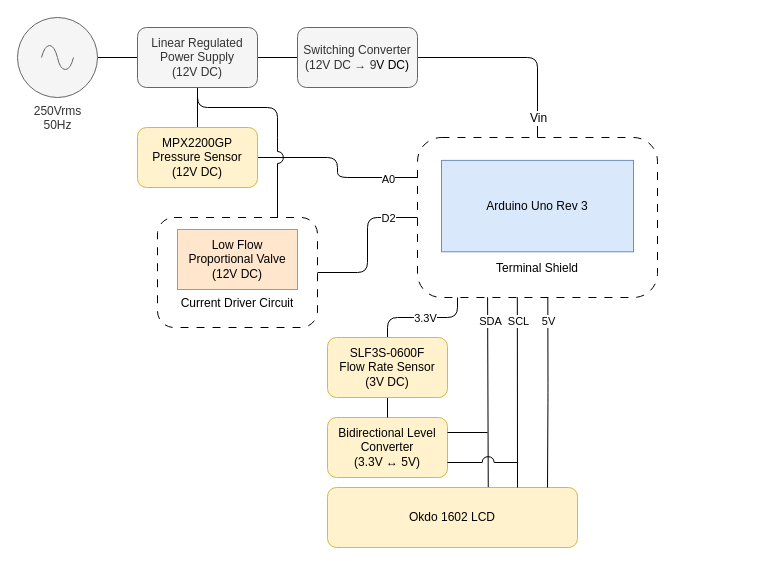
Above: Diagrams/Circuit Layout.drawio in caelangillon/microfluidic-pump (draw.io), before the change. Source tidied: cells renumbered, new cells numbered last; positions are measured from the earlier drawing's top-left corner, leaving out a move shared by most shapes. Both pictures are drawn from the tidied source at 100%, with x=0, y=0 at pixel (17, 17).
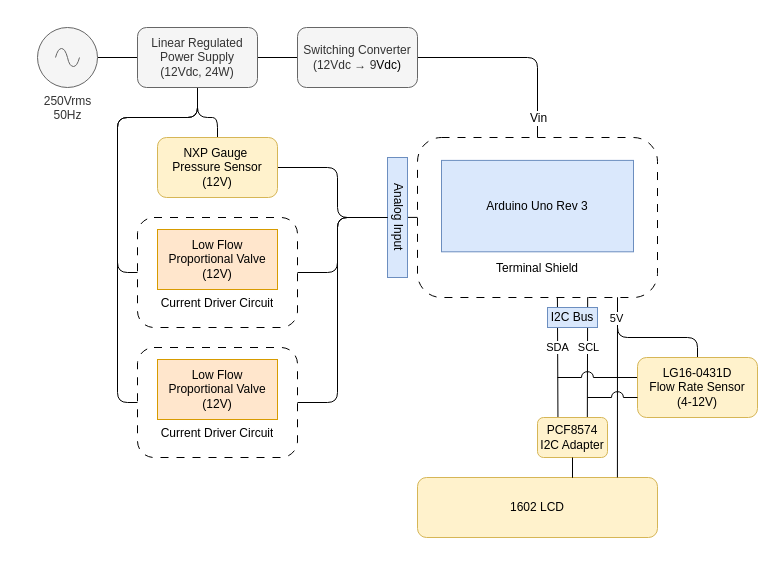
Above is the later version.

Unchanged cells that the change refers to:
```xml
<mxCell id="12" style="group;" parent="1" vertex="1">
  <mxGeometry x="400" y="120" width="240" height="160" as="geometry" />
</mxCell>
<mxCell id="13" style="rounded=1;whiteSpace=wrap;html=1;fillColor=none;dashed=1;dashPattern=8 8;" parent="12" vertex="1">
  <mxGeometry width="240" height="160" as="geometry" />
</mxCell>
```

The edit, as a diff of the source:
```diff
@@
     <mxCell id="3" value="250Vrms&lt;br&gt;50Hz" style="verticalLabelPosition=bottom;shadow=0;dashed=0;align=center;html=1;verticalAlign=top;shape=mxgraph.electrical.signal_sources.source;points=[[0.5,0,0],[1,0.5,0],[0.5,1,0],[0,0.5,0]];elSignalType=ac;rounded=1;fillColor=#f5f5f5;fontColor=#333333;strokeColor=#666666;" parent="1" vertex="1">
-      <mxGeometry width="80" height="80" as="geometry" />
+      <mxGeometry x="20" y="10" width="60" height="60" as="geometry" />
     </mxCell>
@@
-    <mxCell id="5" style="edgeStyle=orthogonalEdgeStyle;rounded=1;jettySize=auto;html=1;endArrow=none;endFill=0;jumpStyle=none;jumpSize=0;flowAnimation=0;shadow=0;curved=0;" parent="1" edge="1" source="7">
-      <mxGeometry relative="1" as="geometry">
-        <mxPoint x="260" y="120" as="targetPoint" />
-        <Array as="points">
-          <mxPoint x="180" y="90" />
-          <mxPoint x="260" y="90" />
-        </Array>
-      </mxGeometry>
-    </mxCell>
+    <mxCell id="39" style="edgeStyle=orthogonalEdgeStyle;rounded=1;jettySize=auto;html=1;entryX=0;entryY=0.5;entryDx=0;entryDy=0;curved=0;endArrow=none;endFill=0;" parent="1" edge="1" source="7" target="24">
+      <mxGeometry relative="1" as="geometry">
+        <Array as="points">
+          <mxPoint x="180" y="100" />
+          <mxPoint x="100" y="100" />
+          <mxPoint x="100" y="385" />
+        </Array>
+      </mxGeometry>
+    </mxCell>
-    <mxCell id="6" style="edgeStyle=orthogonalEdgeStyle;rounded=1;jettySize=auto;html=1;exitX=0.5;exitY=1;exitDx=0;exitDy=0;entryX=0.5;entryY=0;entryDx=0;entryDy=0;endArrow=none;endFill=0;" parent="1" edge="1" source="7" target="21">
-      <mxGeometry relative="1" as="geometry" />
+    <mxCell id="6" style="edgeStyle=orthogonalEdgeStyle;rounded=1;jettySize=auto;html=1;entryX=0.5;entryY=0;entryDx=0;entryDy=0;curved=0;endArrow=none;endFill=0;" parent="1" edge="1" source="7" target="21">
+      <mxGeometry relative="1" as="geometry">
+        <Array as="points">
+          <mxPoint x="180" y="100" />
+          <mxPoint x="200" y="100" />
+        </Array>
+      </mxGeometry>
     </mxCell>
+    <mxCell id="40" style="edgeStyle=orthogonalEdgeStyle;rounded=1;jettySize=auto;html=1;entryX=0;entryY=0.5;entryDx=0;entryDy=0;curved=0;endArrow=none;endFill=0;" parent="1" edge="1" source="7" target="54">
+      <mxGeometry relative="1" as="geometry">
+        <Array as="points">
+          <mxPoint x="180" y="100" />
+          <mxPoint x="100" y="100" />
+          <mxPoint x="100" y="255" />
+        </Array>
+      </mxGeometry>
+    </mxCell>
-    <mxCell id="7" value="Linear Regulated Power Supply&lt;br&gt;(12V DC)" style="rounded=1;whiteSpace=wrap;html=1;fillColor=#f5f5f5;fontColor=#333333;strokeColor=#666666;" parent="1" vertex="1">
+    <mxCell id="7" value="Linear Regulated Power Supply&lt;br&gt;(12Vdc, 24W&lt;span style=&quot;background-color: transparent; color: light-dark(rgb(51, 51, 51), rgb(193, 193, 193));&quot;&gt;)&lt;/span&gt;" style="rounded=1;whiteSpace=wrap;html=1;fillColor=#f5f5f5;fontColor=#333333;strokeColor=#666666;" parent="1" vertex="1">
       <mxGeometry x="120" y="10" width="120" height="60" as="geometry" />
     </mxCell>
@@
-    <mxCell id="10" value="Switching Converter&lt;br&gt;(12V DC&amp;nbsp;→ 9&lt;span style=&quot;background-color: transparent; color: light-dark(rgb(0, 0, 0), rgb(255, 255, 255));&quot;&gt;V DC)&lt;/span&gt;" style="rounded=1;whiteSpace=wrap;html=1;fillColor=#f5f5f5;fontColor=#333333;strokeColor=#666666;" parent="1" vertex="1">
+    <mxCell id="10" value="Switching Converter&lt;br&gt;(12Vdc → 9&lt;span style=&quot;background-color: transparent; color: light-dark(rgb(0, 0, 0), rgb(255, 255, 255));&quot;&gt;Vdc)&lt;/span&gt;" style="rounded=1;whiteSpace=wrap;html=1;fillColor=#f5f5f5;fontColor=#333333;strokeColor=#666666;" parent="1" vertex="1">
       <mxGeometry x="280" y="10" width="120" height="60" as="geometry" />
     </mxCell>
-    <mxCell id="11" value="Bidirectional Level Converter&lt;br&gt;(3.3V&amp;nbsp;↔ 5V)" style="rounded=1;whiteSpace=wrap;html=1;fillColor=#fff2cc;strokeColor=#d6b656;" parent="1" vertex="1">
-      <mxGeometry x="310" y="400" width="120" height="60" as="geometry" />
-    </mxCell>
@@
+    <mxCell id="41" style="edgeStyle=orthogonalEdgeStyle;rounded=0;orthogonalLoop=1;jettySize=auto;html=1;endArrow=none;endFill=0;" parent="12" edge="1">
+      <mxGeometry relative="1" as="geometry">
+        <mxPoint x="-11" y="79.9" as="sourcePoint" />
+        <mxPoint y="80" as="targetPoint" />
+      </mxGeometry>
+    </mxCell>
-    <mxCell id="16" value="Okdo 1602 LCD" style="rounded=1;whiteSpace=wrap;html=1;fillColor=#fff2cc;strokeColor=#d6b656;" parent="1" vertex="1">
-      <mxGeometry x="310" y="470" width="250" height="60" as="geometry" />
+    <mxCell id="16" value="1602 LCD" style="rounded=1;whiteSpace=wrap;html=1;fillColor=#fff2cc;strokeColor=#d6b656;" parent="1" vertex="1">
+      <mxGeometry x="400" y="460" width="240" height="60" as="geometry" />
     </mxCell>
-    <mxCell id="17" style="edgeStyle=orthogonalEdgeStyle;rounded=1;jettySize=auto;html=1;entryX=0.5;entryY=0;entryDx=0;entryDy=0;endArrow=none;endFill=0;" parent="1" edge="1" source="13" target="38">
-      <mxGeometry relative="1" as="geometry">
-        <Array as="points">
-          <mxPoint x="440" y="300" />
-          <mxPoint x="370" y="300" />
-        </Array>
-      </mxGeometry>
-    </mxCell>
-    <mxCell id="18" value="3.3V" style="edgeLabel;html=1;align=center;verticalAlign=middle;rounded=1;" parent="17" vertex="1">
-      <mxGeometry x="-0.3" relative="1" as="geometry">
-        <mxPoint x="-14" as="offset" />
-      </mxGeometry>
-    </mxCell>
-    <mxCell id="19" style="edgeStyle=orthogonalEdgeStyle;rounded=1;jettySize=auto;html=1;entryX=0;entryY=0.25;entryDx=0;entryDy=0;exitX=1;exitY=0.5;exitDx=0;exitDy=0;endArrow=none;endFill=0;" parent="1" edge="1" source="21" target="13">
-      <mxGeometry relative="1" as="geometry" />
-    </mxCell>
-    <mxCell id="20" value="A0" style="edgeLabel;html=1;align=center;verticalAlign=middle;rounded=1;" parent="19" vertex="1">
-      <mxGeometry x="0.62" y="-1" relative="1" as="geometry">
-        <mxPoint x="4" as="offset" />
-      </mxGeometry>
-    </mxCell>
+    <mxCell id="42" style="edgeStyle=orthogonalEdgeStyle;rounded=1;jettySize=auto;html=1;entryX=0;entryY=0.5;entryDx=0;entryDy=0;curved=0;endArrow=none;endFill=0;" parent="1" edge="1" source="21" target="47">
+      <mxGeometry relative="1" as="geometry">
+        <Array as="points">
+          <mxPoint x="320" y="150" />
+          <mxPoint x="320" y="200" />
+        </Array>
+      </mxGeometry>
+    </mxCell>
-    <mxCell id="21" value="MPX2200GP Pressure Sensor&lt;br&gt;(12V DC)" style="rounded=1;whiteSpace=wrap;html=1;fillColor=#fff2cc;strokeColor=#d6b656;" parent="1" vertex="1">
-      <mxGeometry x="120" y="110" width="120" height="60" as="geometry" />
+    <mxCell id="21" value="NXP Gauge&amp;nbsp;&lt;div&gt;Pressure Sensor&lt;br&gt;(12V)&lt;/div&gt;" style="rounded=1;whiteSpace=wrap;html=1;fillColor=#fff2cc;strokeColor=#d6b656;" parent="1" vertex="1">
+      <mxGeometry x="140" y="120" width="120" height="60" as="geometry" />
     </mxCell>
-    <mxCell id="22" style="group;" parent="1" vertex="1">
-      <mxGeometry x="140" y="200" width="160" height="110" as="geometry" />
-    </mxCell>
-    <mxCell id="23" value="Low Flow Proportional Valve&lt;br&gt;(12V DC)" style="rounded=0;whiteSpace=wrap;html=1;fillColor=#ffe6cc;strokeColor=#d79b00;" parent="22" vertex="1">
-      <mxGeometry x="20" y="12" width="120" height="60" as="geometry" />
-    </mxCell>
-    <mxCell id="24" style="rounded=1;whiteSpace=wrap;html=1;fillColor=none;dashed=1;dashPattern=8 8;" parent="22" vertex="1">
-      <mxGeometry width="160" height="110" as="geometry" />
-    </mxCell>
-    <mxCell id="25" value="Current Driver Circuit" style="text;strokeColor=none;fillColor=none;align=center;verticalAlign=middle;spacingLeft=4;spacingRight=4;overflow=hidden;whiteSpace=wrap;html=1;rounded=1;" parent="22" vertex="1">
-      <mxGeometry y="72" width="160" height="28" as="geometry" />
-    </mxCell>
-    <mxCell id="26" style="edgeStyle=orthogonalEdgeStyle;rounded=1;jettySize=auto;html=1;endArrow=none;endFill=0;" parent="1" edge="1" source="24" target="13">
-      <mxGeometry relative="1" as="geometry" />
-    </mxCell>
-    <mxCell id="27" value="D2" style="edgeLabel;html=1;align=center;verticalAlign=middle;rounded=1;" parent="26" vertex="1">
-      <mxGeometry x="0.23" y="-1" relative="1" as="geometry">
-        <mxPoint x="19" y="-10" as="offset" />
-      </mxGeometry>
-    </mxCell>
-    <mxCell id="28" style="edgeStyle=orthogonalEdgeStyle;rounded=1;jettySize=auto;html=1;entryX=0.543;entryY=1;entryDx=0;entryDy=0;endArrow=none;endFill=0;entryPerimeter=0;" parent="1" edge="1" target="13">
-      <mxGeometry relative="1" as="geometry">
-        <mxPoint x="530" y="470" as="sourcePoint" />
-      </mxGeometry>
-    </mxCell>
-    <mxCell id="29" value="5V" style="edgeLabel;html=1;align=center;verticalAlign=middle;rounded=1;" parent="28" vertex="1">
-      <mxGeometry x="0.76" y="1" relative="1" as="geometry">
-        <mxPoint x="1" as="offset" />
-      </mxGeometry>
-    </mxCell>
-    <mxCell id="30" style="endArrow=none;html=1;rounded=1;entryX=0.292;entryY=0.998;entryDx=0;entryDy=0;entryPerimeter=0;exitX=0.643;exitY=-0.006;exitDx=0;exitDy=0;exitPerimeter=0;" parent="1" edge="1" source="16" target="13">
+    <mxCell id="30" style="endArrow=none;html=1;rounded=1;entryX=0.583;entryY=0.998;entryDx=0;entryDy=0;entryPerimeter=0;exitX=0.292;exitY=-0.003;exitDx=0;exitDy=0;exitPerimeter=0;" parent="1" edge="1" source="50" target="13">
       <mxGeometry relative="1" as="geometry" />
     </mxCell>
     <mxCell id="31" value="SDA" style="edgeLabel;html=1;align=center;verticalAlign=middle;rounded=1;" parent="30" vertex="1">
       <mxGeometry x="0.71" y="-2" relative="1" as="geometry">
-        <mxPoint y="-4" as="offset" />
+        <mxPoint x="-2" y="33" as="offset" />
       </mxGeometry>
     </mxCell>
-    <mxCell id="32" style="endArrow=none;html=1;rounded=1;entryX=0.416;entryY=0.998;entryDx=0;entryDy=0;entryPerimeter=0;exitX=0.76;exitY=0;exitDx=0;exitDy=0;exitPerimeter=0;" parent="1" edge="1" source="16" target="13">
+    <mxCell id="32" style="endArrow=none;html=1;rounded=1;entryX=0.709;entryY=0.998;entryDx=0;entryDy=0;entryPerimeter=0;exitX=0.712;exitY=-0.009;exitDx=0;exitDy=0;exitPerimeter=0;" parent="1" edge="1" source="50" target="13">
       <mxGeometry relative="1" as="geometry" />
     </mxCell>
     <mxCell id="33" value="SCL" style="edgeLabel;html=1;align=center;verticalAlign=middle;rounded=1;" parent="32" vertex="1">
       <mxGeometry x="0.5" y="-1" relative="1" as="geometry">
-        <mxPoint y="-23" as="offset" />
+        <mxPoint x="-1" y="20" as="offset" />
       </mxGeometry>
     </mxCell>
-    <mxCell id="34" style="endArrow=none;html=1;rounded=1;exitX=1;exitY=0.25;exitDx=0;exitDy=0;" parent="1" edge="1" source="11">
-      <mxGeometry relative="1" as="geometry">
-        <mxPoint x="470" y="415" as="targetPoint" />
-      </mxGeometry>
-    </mxCell>
-    <mxCell id="35" style="endArrow=none;html=1;rounded=0;exitX=1;exitY=0.75;exitDx=0;exitDy=0;jumpStyle=arc;flowAnimation=0;jumpSize=12;" parent="1" edge="1" source="11">
-      <mxGeometry relative="1" as="geometry">
-        <mxPoint x="500" y="445" as="targetPoint" />
-      </mxGeometry>
-    </mxCell>
-    <mxCell id="36" style="endArrow=none;html=1;rounded=1;exitX=0.75;exitY=0;exitDx=0;exitDy=0;jumpStyle=arc;jumpSize=12;" parent="1" edge="1" source="24">
-      <mxGeometry relative="1" as="geometry">
-        <mxPoint x="260" y="120" as="targetPoint" />
-      </mxGeometry>
-    </mxCell>
-    <mxCell id="37" style="edgeStyle=orthogonalEdgeStyle;rounded=1;jettySize=auto;html=1;entryX=0.5;entryY=0;entryDx=0;entryDy=0;endArrow=none;endFill=0;" parent="1" edge="1" source="38" target="11">
-      <mxGeometry relative="1" as="geometry" />
-    </mxCell>
+    <mxCell id="43" style="edgeStyle=orthogonalEdgeStyle;rounded=1;jettySize=auto;html=1;endArrow=none;endFill=0;curved=0;jumpStyle=arc;jumpSize=12;" parent="1" edge="1" source="38">
+      <mxGeometry relative="1" as="geometry">
+        <mxPoint x="600" y="280" as="targetPoint" />
+        <Array as="points">
+          <mxPoint x="680" y="320" />
+          <mxPoint x="600" y="320" />
+        </Array>
+      </mxGeometry>
+    </mxCell>
+    <mxCell id="44" style="edgeStyle=orthogonalEdgeStyle;rounded=1;jettySize=auto;html=1;exitX=0.004;exitY=0.333;exitDx=0;exitDy=0;exitPerimeter=0;curved=0;endArrow=none;endFill=0;jumpStyle=arc;jumpSize=12;" parent="1" edge="1" source="38">
+      <mxGeometry relative="1" as="geometry">
+        <mxPoint x="540" y="360" as="targetPoint" />
+        <Array as="points">
+          <mxPoint x="540" y="360" />
+        </Array>
+      </mxGeometry>
+    </mxCell>
-    <mxCell id="38" value="SLF3S-0600F&lt;br&gt;Flow Rate Sensor&lt;br&gt;(3V DC)" style="rounded=1;whiteSpace=wrap;html=1;fillColor=#fff2cc;strokeColor=#d6b656;" parent="1" vertex="1">
-      <mxGeometry x="310" y="320" width="120" height="60" as="geometry" />
+    <mxCell id="38" value="&lt;div&gt;LG16-0431D&lt;/div&gt;Flow Rate Sensor&lt;br&gt;(4-12V)" style="rounded=1;whiteSpace=wrap;html=1;fillColor=#fff2cc;strokeColor=#d6b656;" parent="1" vertex="1">
+      <mxGeometry x="620" y="340" width="120" height="60" as="geometry" />
     </mxCell>
+    <mxCell id="45" value="I2C Bus" style="rounded=0;whiteSpace=wrap;html=1;fillColor=#dae8fc;strokeColor=#6c8ebf;" parent="1" vertex="1">
+      <mxGeometry x="530" y="290" width="50" height="20" as="geometry" />
+    </mxCell>
+    <mxCell id="46" style="endArrow=none;html=1;rounded=0;exitX=0.833;exitY=-0.001;exitDx=0;exitDy=0;exitPerimeter=0;" parent="1" edge="1" source="16">
+      <mxGeometry relative="1" as="geometry">
+        <mxPoint x="600" y="280" as="targetPoint" />
+      </mxGeometry>
+    </mxCell>
+    <mxCell id="29" value="5V" style="edgeLabel;html=1;align=center;verticalAlign=middle;" parent="46" vertex="1">
+      <mxGeometry x="-0.44" y="1" relative="1" as="geometry">
+        <mxPoint y="-109" as="offset" />
+      </mxGeometry>
+    </mxCell>
+    <mxCell id="47" value="Analog Input" style="rounded=0;html=1;fillColor=#dae8fc;strokeColor=#6c8ebf;whiteSpace=wrap;textDirection=vertical-rl;" parent="1" vertex="1">
+      <mxGeometry x="370" y="140" width="20" height="120" as="geometry" />
+    </mxCell>
+    <mxCell id="48" style="edgeStyle=orthogonalEdgeStyle;rounded=1;jettySize=auto;html=1;entryX=0;entryY=0.5;entryDx=0;entryDy=0;curved=0;endArrow=none;endFill=0;" parent="1" edge="1" source="54" target="47">
+      <mxGeometry relative="1" as="geometry">
+        <Array as="points">
+          <mxPoint x="320" y="255" />
+          <mxPoint x="320" y="200" />
+        </Array>
+      </mxGeometry>
+    </mxCell>
+    <mxCell id="49" style="edgeStyle=orthogonalEdgeStyle;rounded=1;jettySize=auto;html=1;entryX=0;entryY=0.5;entryDx=0;entryDy=0;curved=0;endArrow=none;endFill=0;" parent="1" edge="1" source="24" target="47">
+      <mxGeometry relative="1" as="geometry">
+        <Array as="points">
+          <mxPoint x="320" y="385" />
+          <mxPoint x="320" y="200" />
+        </Array>
+      </mxGeometry>
+    </mxCell>
+    <mxCell id="50" value="PCF8574 I2C Adapter" style="rounded=1;whiteSpace=wrap;html=1;fillColor=#fff2cc;strokeColor=#d6b656;" parent="1" vertex="1">
+      <mxGeometry x="520" y="400" width="70" height="40" as="geometry" />
+    </mxCell>
+    <mxCell id="51" style="edgeStyle=orthogonalEdgeStyle;rounded=0;jettySize=auto;html=1;endArrow=none;endFill=0;exitX=0.5;exitY=1;exitDx=0;exitDy=0;" parent="1" edge="1" source="50">
+      <mxGeometry relative="1" as="geometry">
+        <mxPoint x="555" y="450" as="targetPoint" />
+        <Array as="points">
+          <mxPoint x="555" y="460" />
+        </Array>
+      </mxGeometry>
+    </mxCell>
+    <mxCell id="52" style="group;" parent="1" vertex="1">
+      <mxGeometry x="120" y="330" width="160" height="110" as="geometry" />
+    </mxCell>
+    <mxCell id="24" style="rounded=1;whiteSpace=wrap;html=1;fillColor=none;dashed=1;dashPattern=8 8;" parent="52" vertex="1">
+      <mxGeometry width="160" height="110" as="geometry" />
+    </mxCell>
+    <mxCell id="23" value="Low Flow Proportional Valve&lt;br&gt;(12V)" style="rounded=0;whiteSpace=wrap;html=1;fillColor=#ffe6cc;strokeColor=#d79b00;" parent="52" vertex="1">
+      <mxGeometry x="20" y="12" width="120" height="60" as="geometry" />
+    </mxCell>
+    <mxCell id="25" value="Current Driver Circuit" style="text;strokeColor=none;fillColor=none;align=center;verticalAlign=middle;spacingLeft=4;spacingRight=4;overflow=hidden;whiteSpace=wrap;html=1;rounded=1;" parent="52" vertex="1">
+      <mxGeometry y="72" width="160" height="28" as="geometry" />
+    </mxCell>
+    <mxCell id="53" style="group;" parent="1" vertex="1">
+      <mxGeometry x="120" y="200" width="160" height="110" as="geometry" />
+    </mxCell>
+    <mxCell id="54" style="rounded=1;whiteSpace=wrap;html=1;fillColor=none;dashed=1;dashPattern=8 8;" parent="53" vertex="1">
+      <mxGeometry width="160" height="110" as="geometry" />
+    </mxCell>
+    <mxCell id="55" value="Low Flow Proportional Valve&lt;br&gt;(12V)" style="rounded=0;whiteSpace=wrap;html=1;fillColor=#ffe6cc;strokeColor=#d79b00;" parent="53" vertex="1">
+      <mxGeometry x="20" y="12" width="120" height="60" as="geometry" />
+    </mxCell>
+    <mxCell id="56" value="Current Driver Circuit" style="text;strokeColor=none;fillColor=none;align=center;verticalAlign=middle;spacingLeft=4;spacingRight=4;overflow=hidden;whiteSpace=wrap;html=1;rounded=1;" parent="53" vertex="1">
+      <mxGeometry y="72" width="160" height="28" as="geometry" />
+    </mxCell>
+    <mxCell id="57" style="edgeStyle=orthogonalEdgeStyle;rounded=1;orthogonalLoop=1;jettySize=auto;html=1;endArrow=none;endFill=0;curved=0;jumpStyle=arc;jumpSize=12;" parent="1" edge="1">
+      <mxGeometry relative="1" as="geometry">
+        <mxPoint x="620" y="380" as="sourcePoint" />
+        <mxPoint x="570" y="380" as="targetPoint" />
+      </mxGeometry>
+    </mxCell>
```
